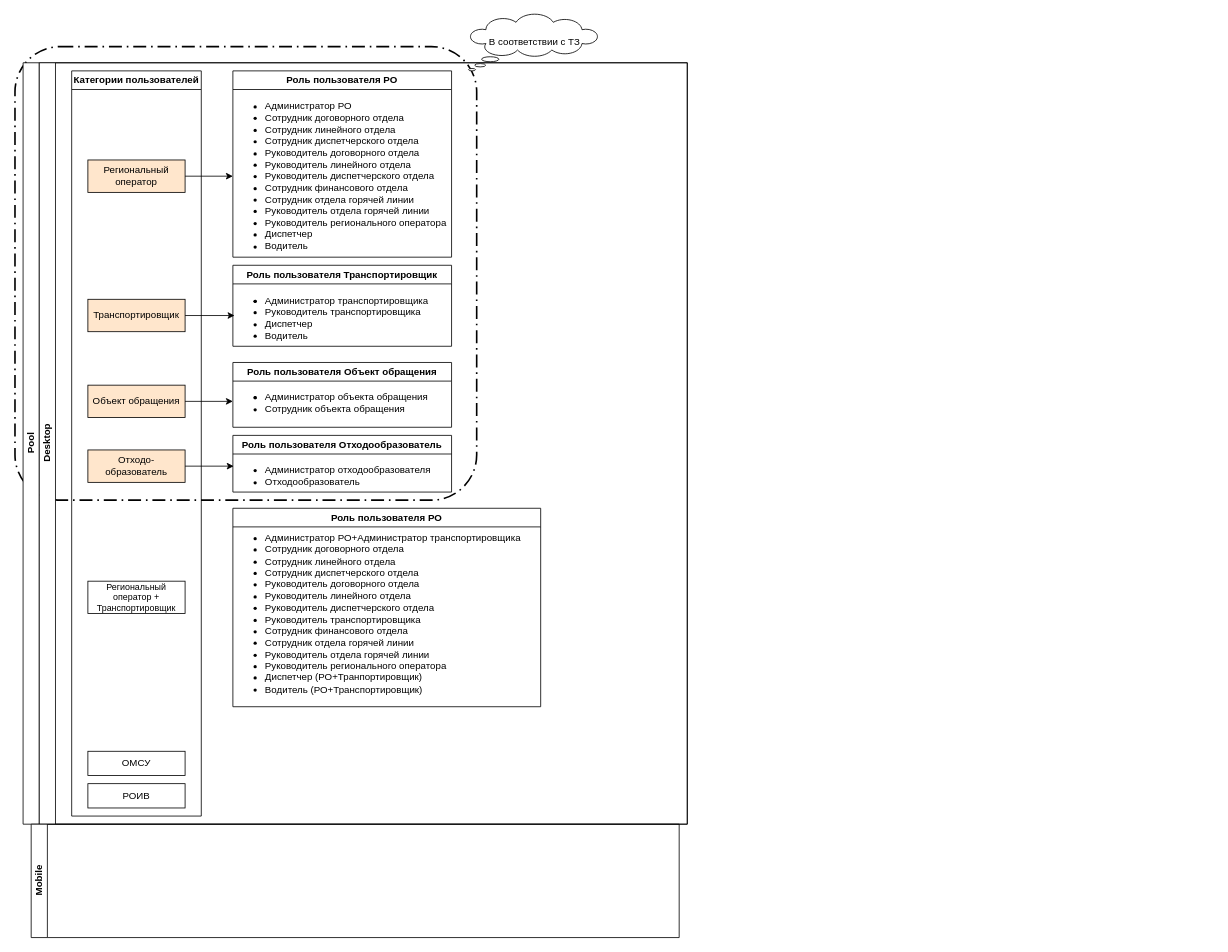
Earlier version of the draw.io diagram page "Черновик-Страница — 2" (5 of 5) of Диаграмма без названия.drawio (SergeiF-Kolomna/diagrams). Source tidied: cells renumbered, new cells numbered last; positions are measured from the earlier drawing's top-left corner, leaving out a move shared by most shapes. Both pictures are drawn from the tidied source at 81%, with x=0, y=0 at pixel (15, 14).
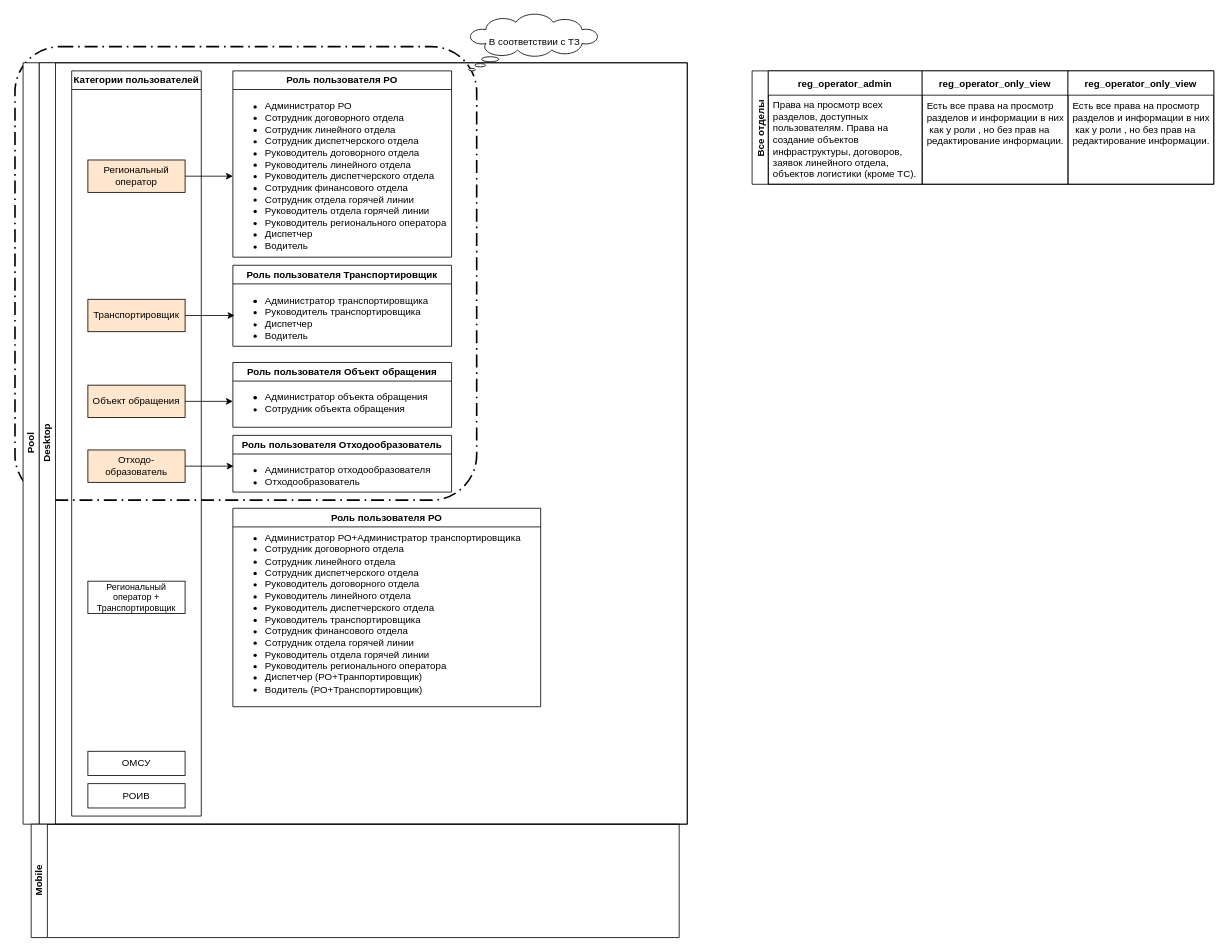
The same page after the edit.

Change to the diagram source:
```diff
@@
+    <mxCell id="29" value="Все отделы" style="swimlane;startSize=20;horizontal=0;" parent="1" vertex="1">
+      <mxGeometry x="910" y="70" width="570" height="140" as="geometry" />
+    </mxCell>
+    <mxCell id="30" value="reg_operator_admin" style="swimlane;startSize=30;" parent="29" vertex="1">
+      <mxGeometry x="20" width="190" height="140" as="geometry" />
+    </mxCell>
+    <mxCell id="31" value="&lt;div&gt;Права на просмотр всех разделов, доступных пользователям. Права на создание объектов инфраструктуры, договоров, заявок линейного отдела, объектов логистики (кроме ТС).&lt;br&gt;&lt;/div&gt;" style="text;strokeColor=none;fillColor=none;align=left;verticalAlign=middle;spacingLeft=4;spacingRight=4;overflow=hidden;whiteSpace=wrap;html=1;" parent="30" vertex="1">
+      <mxGeometry y="30" width="190" height="110" as="geometry" />
+    </mxCell>
+    <mxCell id="32" value="reg_operator_only_view" style="swimlane;startSize=30;" parent="29" vertex="1">
+      <mxGeometry x="210" width="180" height="140" as="geometry" />
+    </mxCell>
+    <mxCell id="33" value="&lt;div style=&quot;text-align: justify;&quot;&gt;&lt;span style=&quot;background-color: initial; text-align: center; text-wrap: nowrap;&quot;&gt;Есть все права на просмотр&amp;nbsp;&lt;/span&gt;&lt;/div&gt;&lt;div style=&quot;text-align: justify;&quot;&gt;&lt;span style=&quot;text-align: center; text-wrap: nowrap; background-color: initial;&quot;&gt;разделов и информации в них&lt;/span&gt;&lt;/div&gt;&lt;div style=&quot;text-align: justify;&quot;&gt;&lt;span style=&quot;text-align: center; text-wrap: nowrap; background-color: initial;&quot;&gt;&amp;nbsp;как у роли , но без прав на&amp;nbsp;&lt;/span&gt;&lt;/div&gt;&lt;div style=&quot;text-align: justify;&quot;&gt;&lt;span style=&quot;text-align: center; text-wrap: nowrap; background-color: initial;&quot;&gt;редактирование информации.&lt;/span&gt;&lt;br&gt;&lt;/div&gt;" style="text;strokeColor=none;fillColor=none;align=left;verticalAlign=middle;spacingLeft=4;spacingRight=4;overflow=hidden;whiteSpace=wrap;html=1;" parent="32" vertex="1">
+      <mxGeometry y="30" width="180" height="70" as="geometry" />
+    </mxCell>
+    <mxCell id="34" value="reg_operator_only_view" style="swimlane;startSize=30;" parent="29" vertex="1">
+      <mxGeometry x="390" width="180" height="140" as="geometry" />
+    </mxCell>
+    <mxCell id="35" value="&lt;div style=&quot;text-align: justify;&quot;&gt;&lt;span style=&quot;background-color: initial; text-align: center; text-wrap: nowrap;&quot;&gt;Есть все права на просмотр&amp;nbsp;&lt;/span&gt;&lt;/div&gt;&lt;div style=&quot;text-align: justify;&quot;&gt;&lt;span style=&quot;text-align: center; text-wrap: nowrap; background-color: initial;&quot;&gt;разделов и информации в них&lt;/span&gt;&lt;/div&gt;&lt;div style=&quot;text-align: justify;&quot;&gt;&lt;span style=&quot;text-align: center; text-wrap: nowrap; background-color: initial;&quot;&gt;&amp;nbsp;как у роли , но без прав на&amp;nbsp;&lt;/span&gt;&lt;/div&gt;&lt;div style=&quot;text-align: justify;&quot;&gt;&lt;span style=&quot;text-align: center; text-wrap: nowrap; background-color: initial;&quot;&gt;редактирование информации.&lt;/span&gt;&lt;br&gt;&lt;/div&gt;" style="text;strokeColor=none;fillColor=none;align=left;verticalAlign=middle;spacingLeft=4;spacingRight=4;overflow=hidden;whiteSpace=wrap;html=1;" parent="34" vertex="1">
+      <mxGeometry y="30" width="180" height="70" as="geometry" />
+    </mxCell>
```
